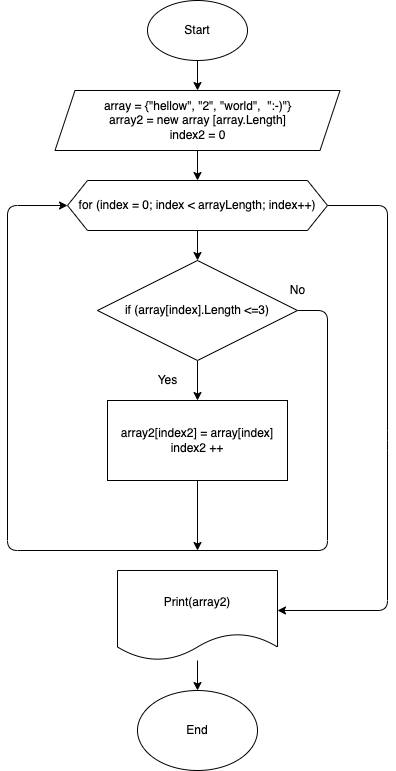
Above: algorithm.drawio.png in galatnatasha/final_task (draw.io), before the change. Source tidied: cells renumbered, new cells last; positions are measured from the earlier drawing's top-left corner, leaving out a move shared by most shapes.
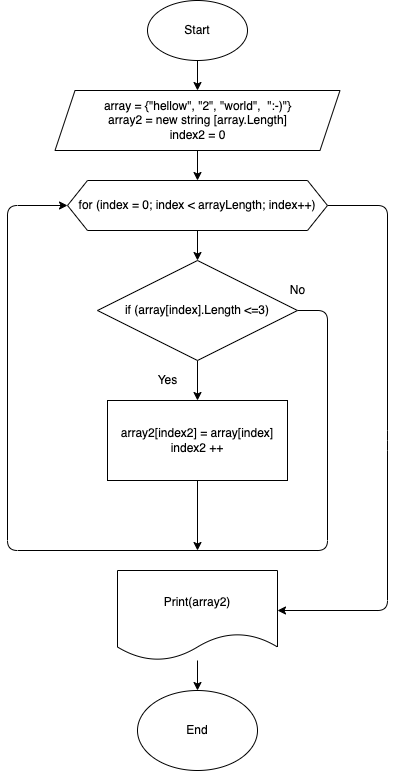
The same diagram one commit later.

Commit message:
fix syntax errors

Change to the diagram source:
```diff
@@ -11,7 +11,7 @@
     <mxCell id="4" style="edgeStyle=none;html=1;entryX=0.5;entryY=0;entryDx=0;entryDy=0;" parent="1" edge="1" source="5" target="8">
       <mxGeometry relative="1" as="geometry" />
     </mxCell>
-    <mxCell id="5" value="array = {&quot;hellow&quot;, &quot;2&quot;, &quot;world&quot;,&amp;nbsp; &quot;:-)&quot;}&lt;br&gt;array2 = new array [array.Length]&lt;br&gt;index2 = 0" style="shape=parallelogram;perimeter=parallelogramPerimeter;whiteSpace=wrap;html=1;fixedSize=1;" parent="1" vertex="1">
+    <mxCell id="5" value="array = {&quot;hellow&quot;, &quot;2&quot;, &quot;world&quot;,&amp;nbsp; &quot;:-)&quot;}&lt;br&gt;array2 = new string [array.Length]&lt;br&gt;index2 = 0" style="shape=parallelogram;perimeter=parallelogramPerimeter;whiteSpace=wrap;html=1;fixedSize=1;" parent="1" vertex="1">
       <mxGeometry x="47.5" y="90" width="285" height="60" as="geometry" />
     </mxCell>
     <mxCell id="6" style="edgeStyle=none;html=1;" parent="1" edge="1" source="8" target="11">
```
